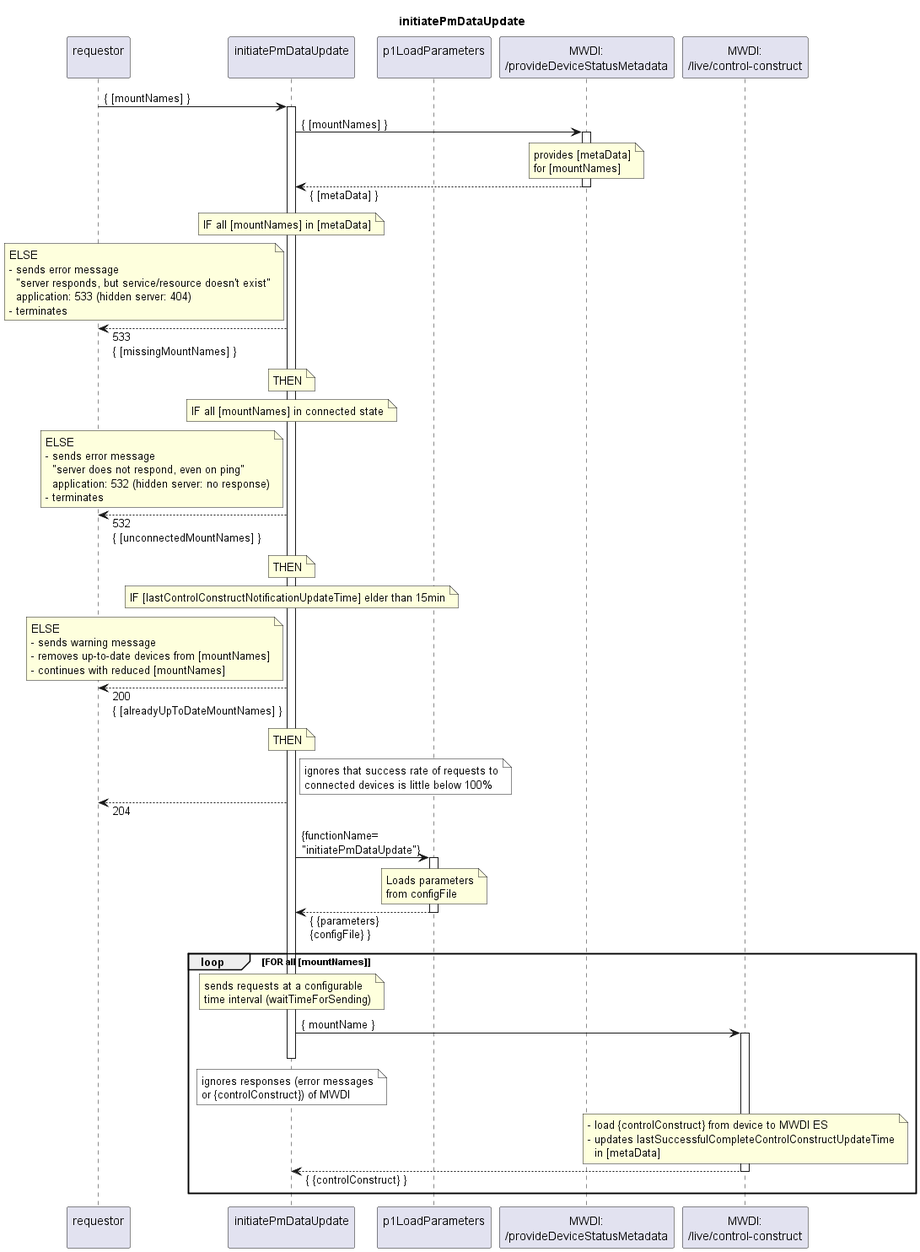
This is spec/Services/initiatePmDataUpdate/1.0.0/initiatePmDataUpdate.png from openBackhaul/DevicePerformanceManagementDataProcessor, a PlantUML export, as it was before one commit.
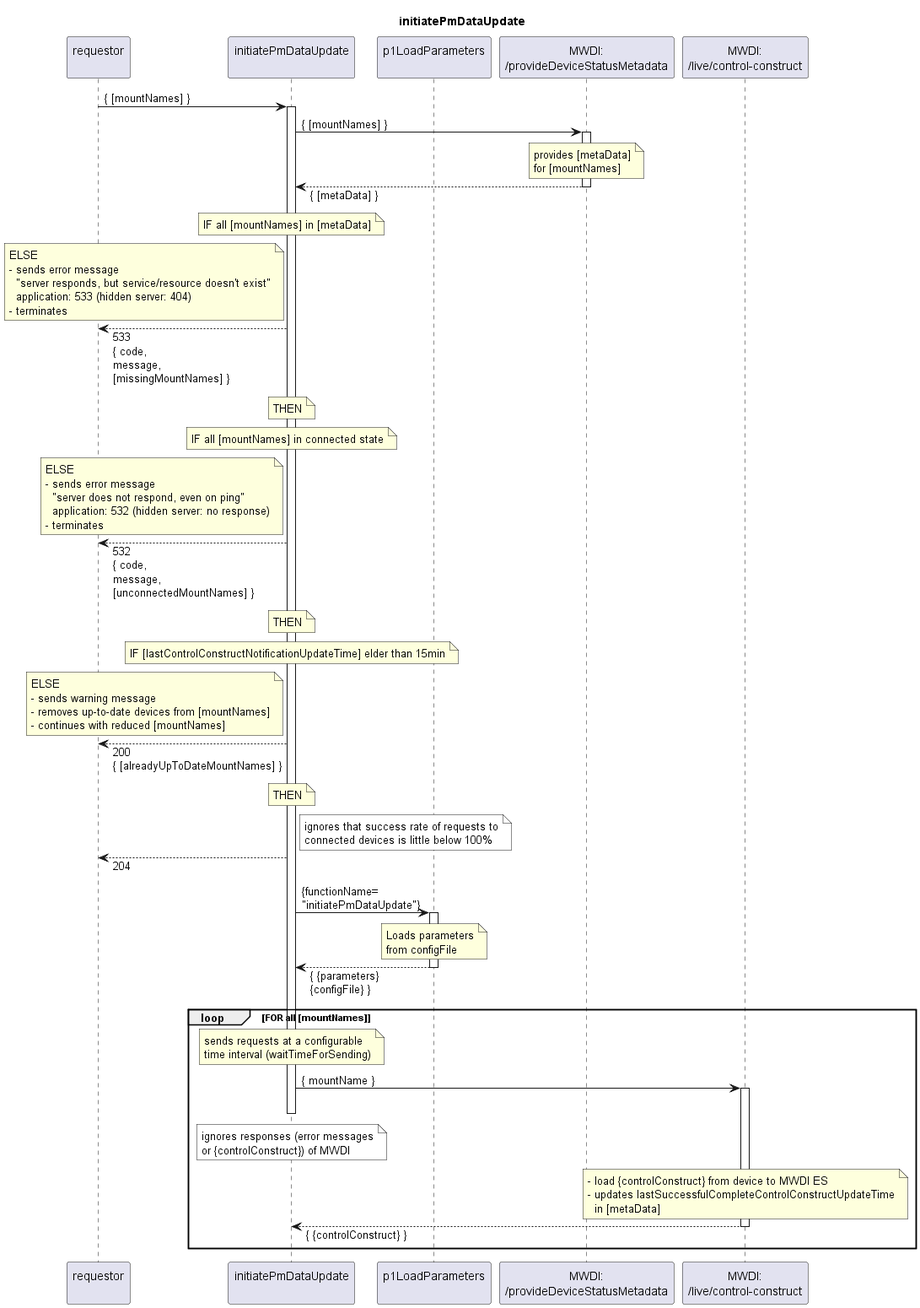
The same diagram one commit later.

Diff of the diagram source:
```diff
@@ -33,7 +33,7 @@
       application: 533 (hidden server: 404)
     - terminates
   end note
-  tool <-- initUpdate : 533\n{ [missingMountNames] }
+  tool <-- initUpdate : 533\n{ code,\nmessage,\n[missingMountNames] }
   note over initUpdate
     THEN
   end note
@@ -48,7 +48,7 @@
       application: 532 (hidden server: no response)
     - terminates
   end note
-  tool <-- initUpdate : 532\n{ [unconnectedMountNames] }
+  tool <-- initUpdate : 532\n{ code,\nmessage,\n[unconnectedMountNames] }
   note over initUpdate
     THEN
   end note
```
